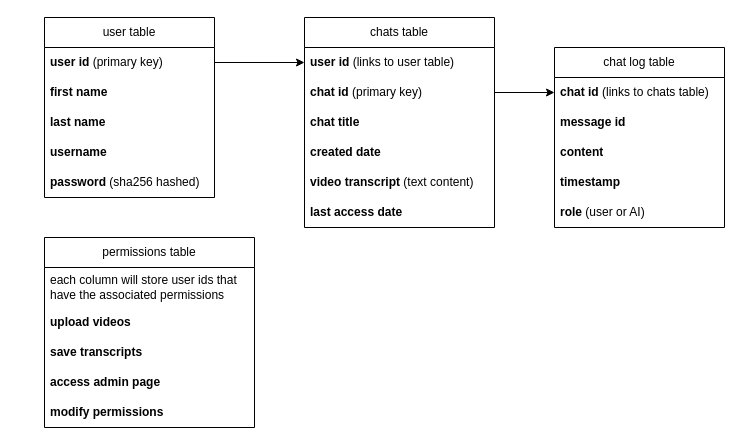
Earlier version of the draw.io diagram misc/Database_Design.drawio (KarinaJadia/StudentVideoAnalyzer). Source tidied: cells renumbered, new cells numbered last; positions are measured from the earlier drawing's top-left corner, leaving out a move shared by most shapes. Both pictures are drawn from the tidied source at 100%, with x=0, y=0 at pixel (44, 17).
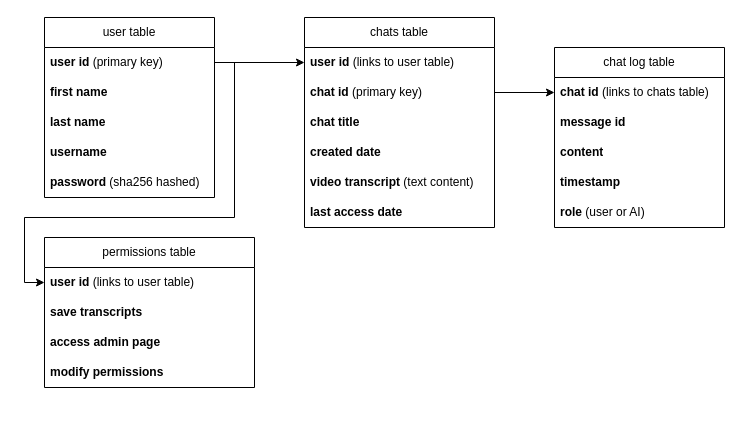
Above is the later version.

Commit message (it also covers changes not shown here):
:card_file_box: database chart and tables created

The change refers to these unchanged cells:
```xml
<mxCell id="3" value="&lt;b&gt;user id&lt;/b&gt;&amp;nbsp;(primary key)" style="text;strokeColor=none;fillColor=none;align=left;verticalAlign=middle;spacingLeft=4;spacingRight=4;overflow=hidden;points=[[0,0.5],[1,0.5]];portConstraint=eastwest;whiteSpace=wrap;html=1;" parent="2" vertex="1">
  <mxGeometry y="30" width="170" height="30" as="geometry" />
</mxCell>
```

What changed in the source:
```diff
@@
     <mxCell id="23" value="permissions table" style="swimlane;fontStyle=0;horizontal=1;startSize=30;whiteSpace=wrap;html=1;" parent="1" vertex="1">
-      <mxGeometry y="220" width="210" height="190" as="geometry" />
+      <mxGeometry y="220" width="210" height="150" as="geometry" />
     </mxCell>
-    <mxCell id="24" value="each column will store user ids that have the associated permissions" style="text;strokeColor=none;fillColor=none;align=left;verticalAlign=middle;spacingLeft=4;spacingRight=4;overflow=hidden;whiteSpace=wrap;html=1;" parent="23" vertex="1">
-      <mxGeometry y="30" width="210" height="40" as="geometry" />
-    </mxCell>
-    <mxCell id="25" value="&lt;b&gt;upload videos&lt;/b&gt;" style="text;strokeColor=none;fillColor=none;align=left;verticalAlign=middle;spacingLeft=4;spacingRight=4;overflow=hidden;points=[[0,0.5],[1,0.5]];portConstraint=eastwest;whiteSpace=wrap;html=1;" parent="23" vertex="1">
-      <mxGeometry y="70" width="210" height="30" as="geometry" />
+    <mxCell id="25" value="&lt;b&gt;user id&lt;/b&gt;&amp;nbsp;(links to user table)" style="text;strokeColor=none;fillColor=none;align=left;verticalAlign=middle;spacingLeft=4;spacingRight=4;overflow=hidden;points=[[0,0.5],[1,0.5]];portConstraint=eastwest;whiteSpace=wrap;html=1;" parent="23" vertex="1">
+      <mxGeometry y="30" width="210" height="30" as="geometry" />
     </mxCell>
     <mxCell id="26" value="&lt;b&gt;save transcripts&lt;/b&gt;" style="text;strokeColor=none;fillColor=none;align=left;verticalAlign=middle;spacingLeft=4;spacingRight=4;overflow=hidden;whiteSpace=wrap;html=1;" parent="23" vertex="1">
-      <mxGeometry y="100" width="210" height="30" as="geometry" />
+      <mxGeometry y="60" width="210" height="30" as="geometry" />
     </mxCell>
     <mxCell id="27" value="&lt;b&gt;access admin page&lt;/b&gt;" style="text;strokeColor=none;fillColor=none;align=left;verticalAlign=middle;spacingLeft=4;spacingRight=4;overflow=hidden;whiteSpace=wrap;html=1;" parent="23" vertex="1">
-      <mxGeometry y="130" width="210" height="30" as="geometry" />
+      <mxGeometry y="90" width="210" height="30" as="geometry" />
     </mxCell>
     <mxCell id="28" value="&lt;b&gt;modify permissions&lt;/b&gt;" style="text;strokeColor=none;fillColor=none;align=left;verticalAlign=middle;spacingLeft=4;spacingRight=4;overflow=hidden;whiteSpace=wrap;html=1;" parent="23" vertex="1">
-      <mxGeometry y="160" width="210" height="30" as="geometry" />
+      <mxGeometry y="120" width="210" height="30" as="geometry" />
     </mxCell>
+    <mxCell id="29" style="edgeStyle=orthogonalEdgeStyle;rounded=0;jettySize=auto;html=1;entryX=0;entryY=0.5;entryDx=0;entryDy=0;" parent="1" edge="1" source="3" target="25">
+      <mxGeometry relative="1" as="geometry">
+        <Array as="points">
+          <mxPoint x="190" y="45" />
+          <mxPoint x="190" y="200" />
+          <mxPoint x="-20" y="200" />
+          <mxPoint x="-20" y="265" />
+        </Array>
+      </mxGeometry>
+    </mxCell>
```
